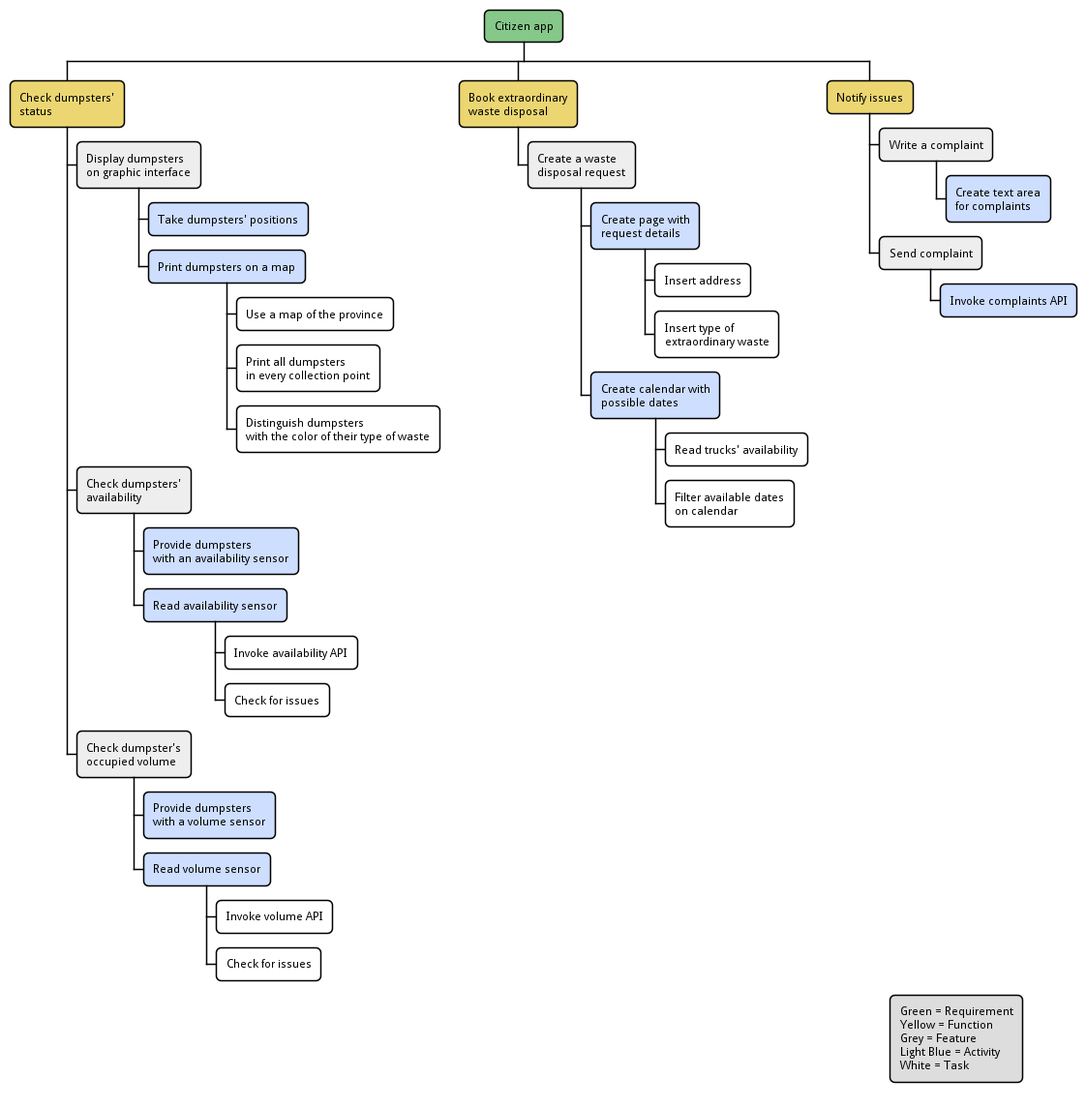
Above: uml/wbs-citizen-app.pm.png in SmartWasteCollection/project-management (PlantUML), before the change. Source of this version:
```plantuml
@startwbs
!include ../metamodels/work-breakdown.iuml

requirement(Citizen app)

function(Check dumpsters'\nstatus)
feature(Display dumpsters\non graphic interface)
activity(Take dumpsters' positions)
activity(Print dumpsters on a map)
task(Use a map of the province)
task(Print all dumpsters\nin every collection point)
task(Distinguish dumpsters\nwith the color of their type of waste)

feature(Check dumpsters'\navailability)
activity(Provide dumpsters\nwith an availability sensor)
activity(Read availability sensor)
task(Invoke availability API)
task(Check for issues)

feature(Check dumpster's\noccupied volume)
activity(Provide dumpsters\nwith a volume sensor)
activity(Read volume sensor)
task(Invoke volume API)
task(Check for issues)

function(Book extraordinary\nwaste disposal)
feature(Create a waste\ndisposal request)
activity(Create page with\nrequest details)
task(Insert address)
task(Insert type of\nextraordinary waste)
activity(Create calendar with\npossible dates)
task(Read trucks' availability)
task(Filter available dates\non calendar)

function(Notify issues)
feature(Write a complaint)
activity(Create text area\nfor complaints)
feature(Send complaint)
activity(Invoke complaints API)

@endwbs
```
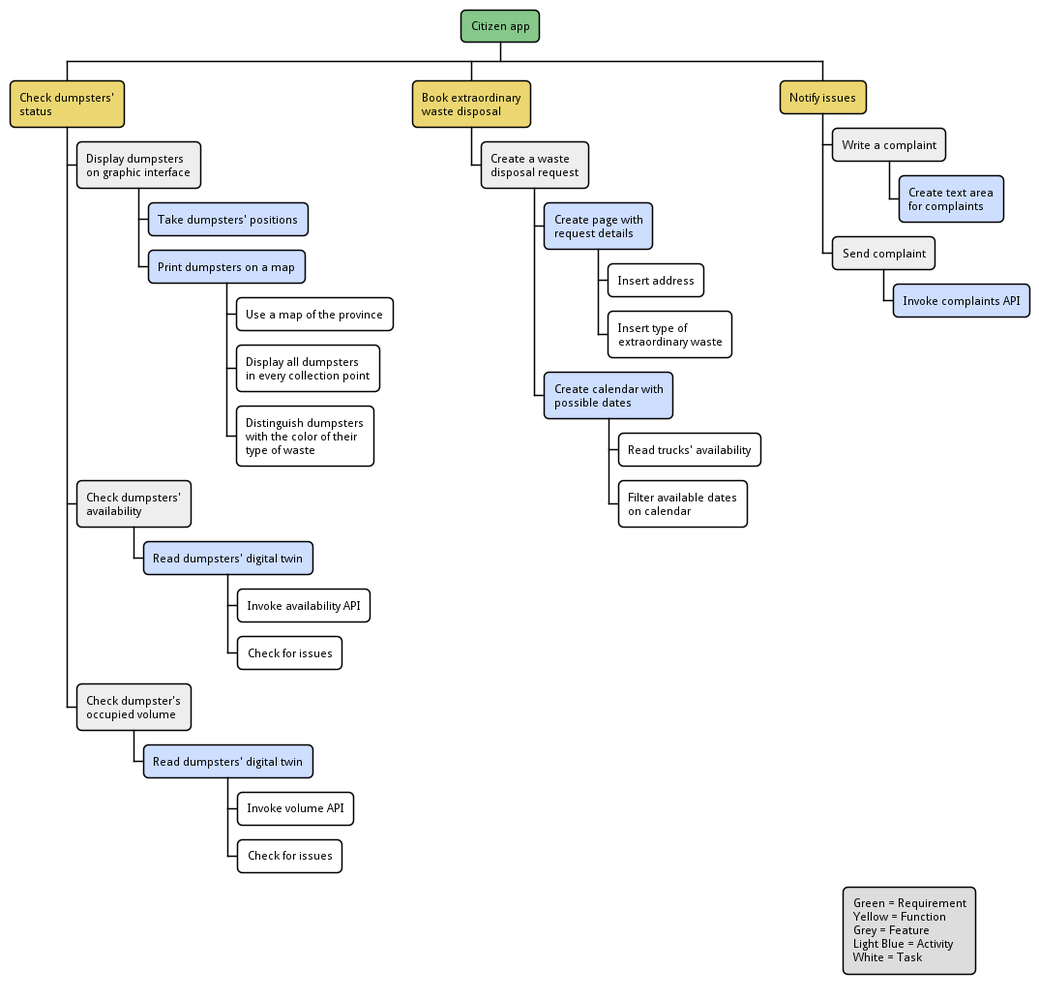
Later version of the same file.

The edit, as a diff of the source:
```diff
@@ -8,18 +8,16 @@
 activity(Take dumpsters' positions)
 activity(Print dumpsters on a map)
 task(Use a map of the province)
-task(Print all dumpsters\nin every collection point)
-task(Distinguish dumpsters\nwith the color of their type of waste)
+task(Display all dumpsters\nin every collection point)
+task(Distinguish dumpsters\nwith the color of their\ntype of waste)
 
 feature(Check dumpsters'\navailability)
-activity(Provide dumpsters\nwith an availability sensor)
-activity(Read availability sensor)
+activity(Read dumpsters' digital twin)
 task(Invoke availability API)
 task(Check for issues)
 
 feature(Check dumpster's\noccupied volume)
-activity(Provide dumpsters\nwith a volume sensor)
-activity(Read volume sensor)
+activity(Read dumpsters' digital twin)
 task(Invoke volume API)
 task(Check for issues)
 
```
